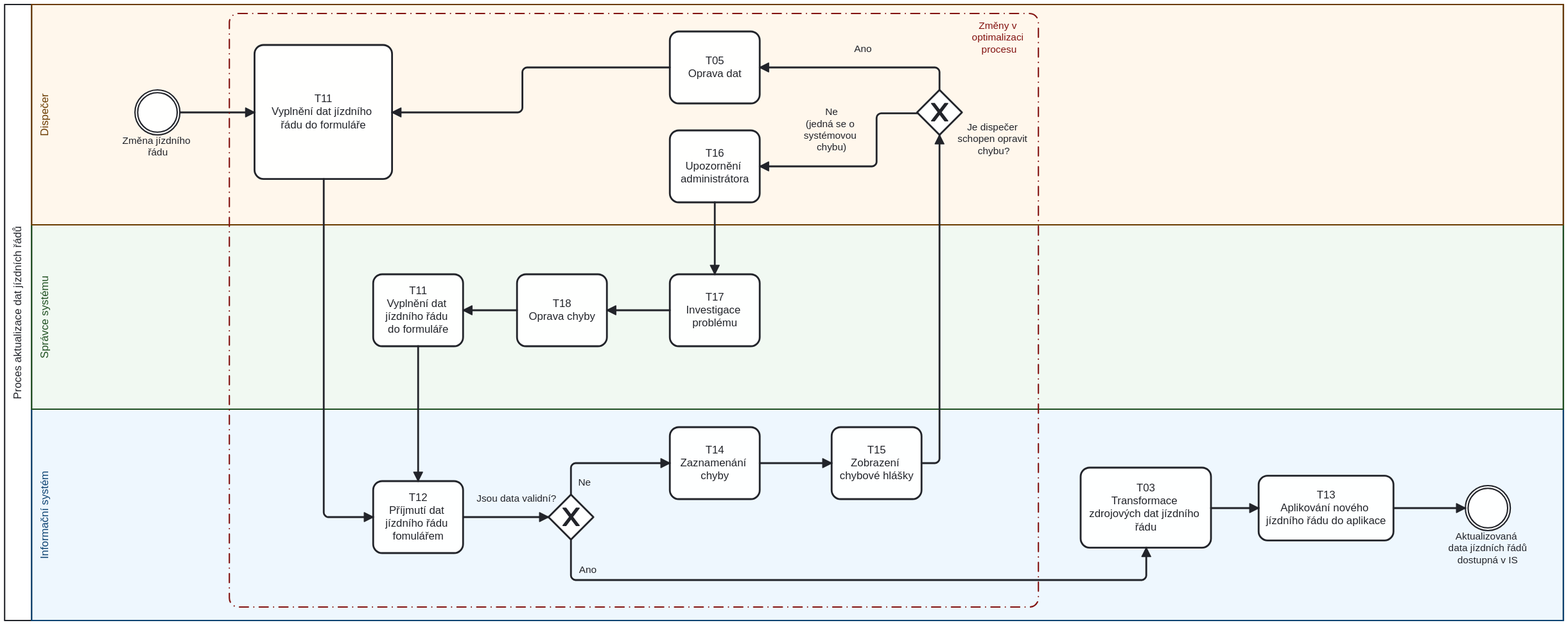
The BPMN diagram images/Pr1_v2 Aktualizace dat jízdních řádů.svg in StrangerTwo/bachelor-thesis, before a commit. Its source is kept beside it as images/Pr1_v2 Aktualizace dat jízdních řádů.bpmn. Ids are renumbered.
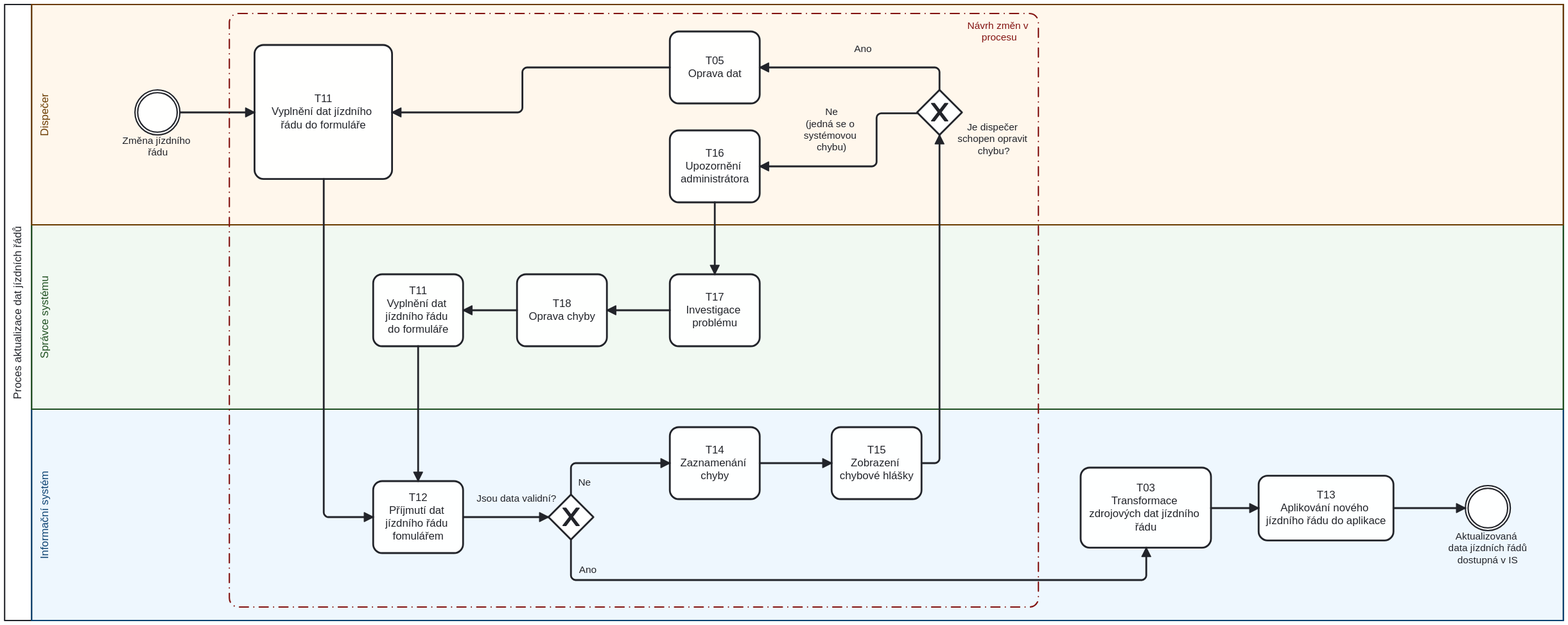
After the commit.

The edit, as a diff of the source:
```diff
@@ -104,7 +104,7 @@
     </task>
   </process>
   <category id="Category_n27">
-    <categoryValue id="CategoryValue_n2" value="Změny v optimalizaci procesu" />
+    <categoryValue id="CategoryValue_n2" value="Návrh změn v procesu" />
   </category>
   <bpmndi:BPMNDiagram id="BPMNDiagram_1">
     <bpmndi:BPMNPlane id="BPMNPlane_1" bpmnElement="Collaboration_Online_Order_Fulfillment">
@@ -279,7 +279,7 @@
       <bpmndi:BPMNShape id="Group_n1_di" bpmnElement="Group_n1" bioc:stroke="#831311" bioc:fill="#ffcdd2" color:background-color="#ffcdd2" color:border-color="#831311">
         <dc:Bounds x="380" y="70" width="900" height="660" />
         <bpmndi:BPMNLabel>
-          <dc:Bounds x="1206" y="77" width="61" height="40" />
+          <dc:Bounds x="1201" y="77" width="71" height="27" />
         </bpmndi:BPMNLabel>
       </bpmndi:BPMNShape>
     </bpmndi:BPMNPlane>
```
